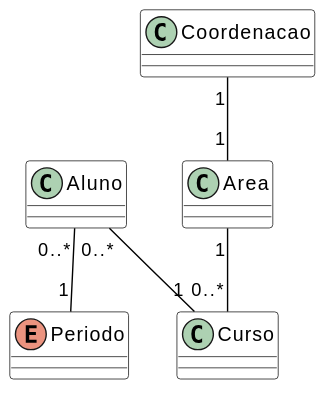
This is docs/assets/Diagramas/out/diagrama_classes_academico.svg from Projetos-de-Extensao/PBE_26.1_8002_III, a PlantUML export, as it was before one commit. Source of this version:
```plantuml
@startuml
skinparam class {
BackgroundColor White
ArrowColor Black
BorderColor Black
}

enum Periodo {
}

class Aluno {
}

class Curso {
}

class Area {
}

class Coordenacao {
}

Aluno "0..*" -- "1" Curso
Aluno "0..*" -- "1" Periodo

Area "1" -- "0..*" Curso
Coordenacao "1" -- "1" Area
@enduml
```
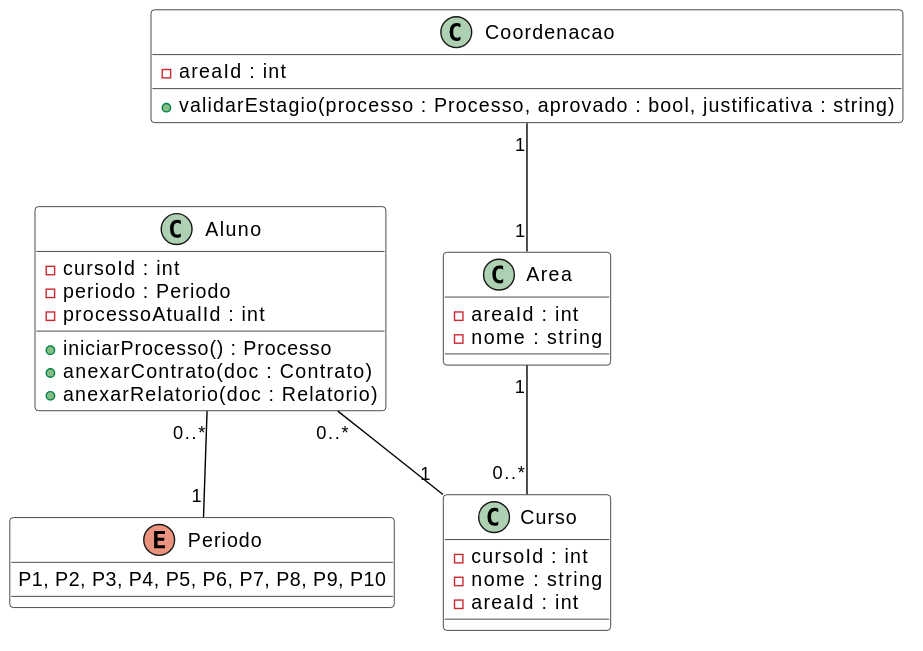
After the change.

The edit, as a diff of the source:
```diff
@@ -6,18 +6,32 @@
 }
 
 enum Periodo {
+P1, P2, P3, P4, P5, P6, P7, P8, P9, P10
 }
 
 class Aluno {
+- cursoId : int
+- periodo : Periodo
+- processoAtualId : int
++ iniciarProcesso() : Processo
++ anexarContrato(doc : Contrato)
++ anexarRelatorio(doc : Relatorio)
 }
 
 class Curso {
+- cursoId : int
+- nome : string
+- areaId : int
 }
 
 class Area {
+- areaId : int
+- nome : string
 }
 
 class Coordenacao {
+- areaId : int
++ validarEstagio(processo : Processo, aprovado : bool, justificativa : string)
 }
 
 Aluno "0..*" -- "1" Curso
```
